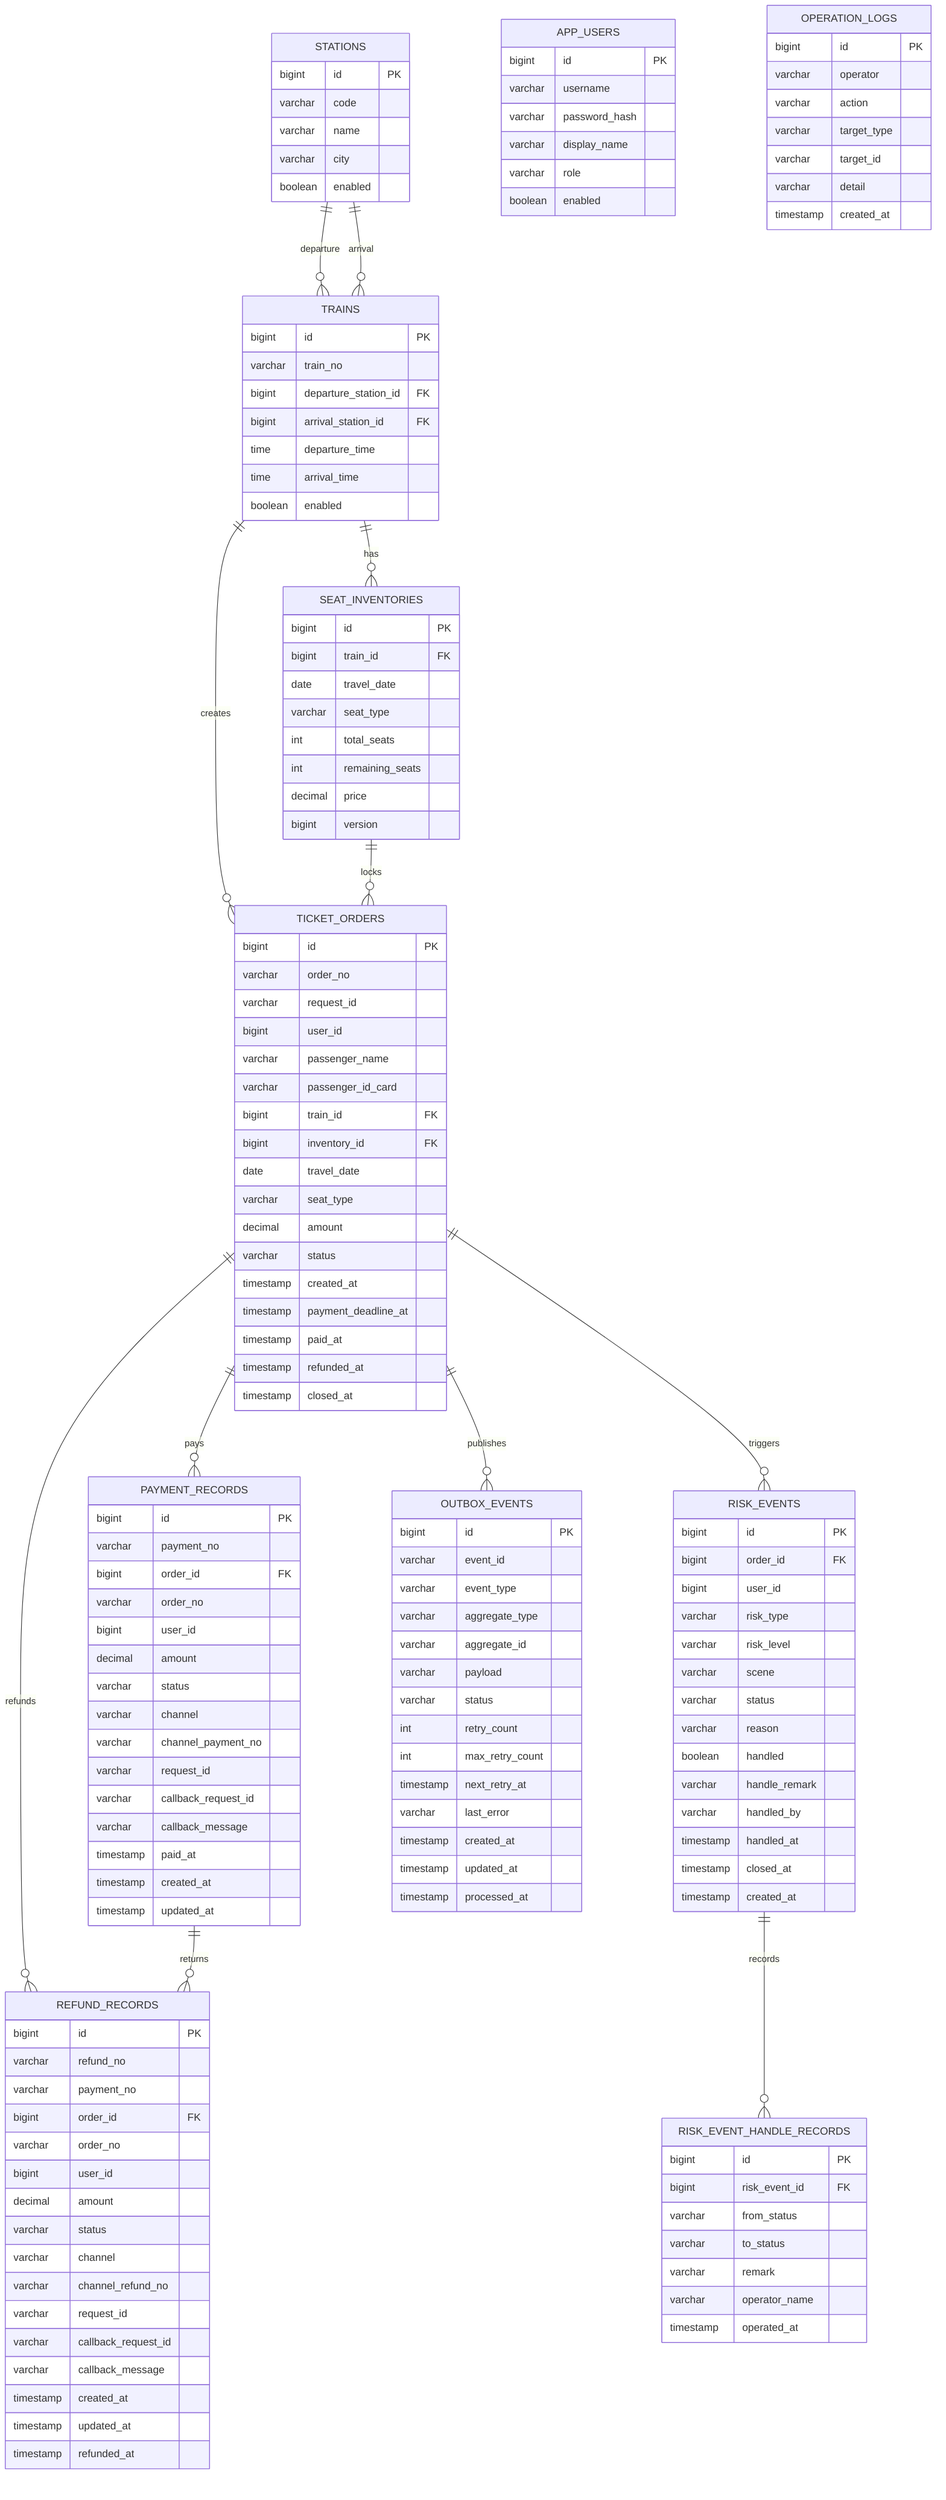
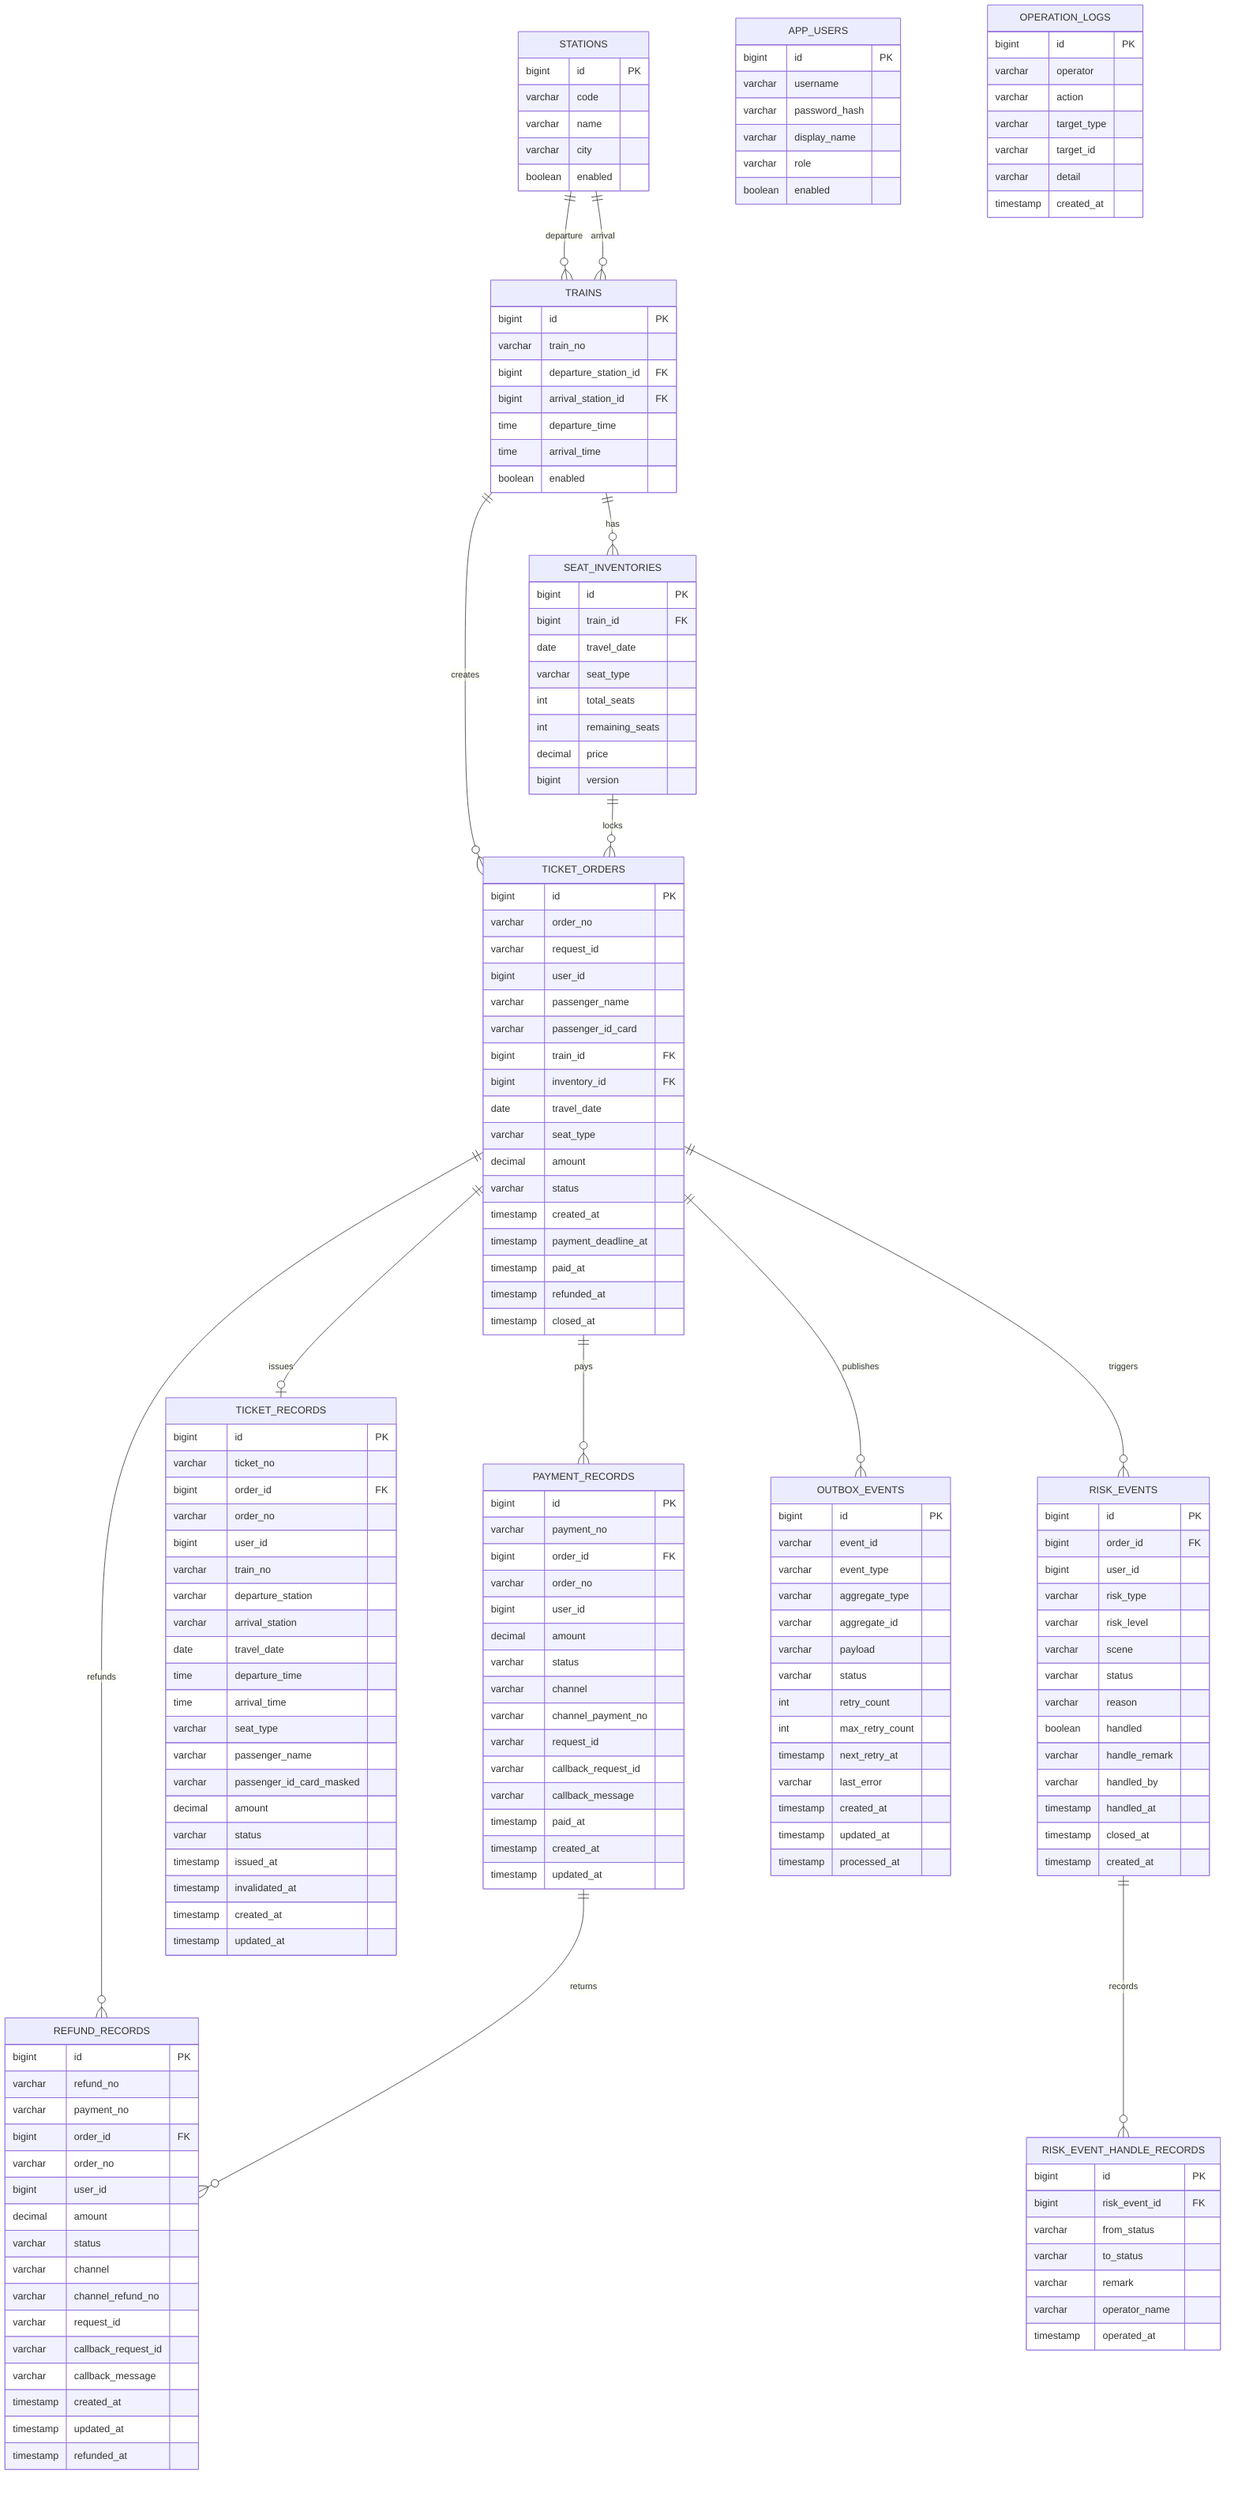
erDiagram
    STATIONS ||--o{ TRAINS : departure
    STATIONS ||--o{ TRAINS : arrival
    TRAINS ||--o{ SEAT_INVENTORIES : has
    TRAINS ||--o{ TICKET_ORDERS : creates
    SEAT_INVENTORIES ||--o{ TICKET_ORDERS : locks
    TICKET_ORDERS ||--o{ PAYMENT_RECORDS : pays
    TICKET_ORDERS ||--o{ REFUND_RECORDS : refunds
+     TICKET_ORDERS ||--o| TICKET_RECORDS : issues
    PAYMENT_RECORDS ||--o{ REFUND_RECORDS : returns
    TICKET_ORDERS ||--o{ RISK_EVENTS : triggers
    RISK_EVENTS ||--o{ RISK_EVENT_HANDLE_RECORDS : records
    TICKET_ORDERS ||--o{ OUTBOX_EVENTS : publishes

    APP_USERS {
        bigint id PK
        varchar username
        varchar password_hash
        varchar display_name
        varchar role
        boolean enabled
    }

    STATIONS {
        bigint id PK
        varchar code
        varchar name
        varchar city
        boolean enabled
    }

    TRAINS {
        bigint id PK
        varchar train_no
        bigint departure_station_id FK
        bigint arrival_station_id FK
        time departure_time
        time arrival_time
        boolean enabled
    }

    SEAT_INVENTORIES {
        bigint id PK
        bigint train_id FK
        date travel_date
        varchar seat_type
        int total_seats
        int remaining_seats
        decimal price
        bigint version
    }

    TICKET_ORDERS {
        bigint id PK
        varchar order_no
        varchar request_id
        bigint user_id
        varchar passenger_name
        varchar passenger_id_card
        bigint train_id FK
        bigint inventory_id FK
        date travel_date
        varchar seat_type
        decimal amount
        varchar status
        timestamp created_at
        timestamp payment_deadline_at
        timestamp paid_at
        timestamp refunded_at
        timestamp closed_at
    }

    RISK_EVENTS {
        bigint id PK
        bigint order_id FK
        bigint user_id
        varchar risk_type
        varchar risk_level
        varchar scene
        varchar status
        varchar reason
        boolean handled
        varchar handle_remark
        varchar handled_by
        timestamp handled_at
        timestamp closed_at
        timestamp created_at
    }

    RISK_EVENT_HANDLE_RECORDS {
        bigint id PK
        bigint risk_event_id FK
        varchar from_status
        varchar to_status
        varchar remark
        varchar operator_name
        timestamp operated_at
    }

    PAYMENT_RECORDS {
        bigint id PK
        varchar payment_no
        bigint order_id FK
        varchar order_no
        bigint user_id
        decimal amount
        varchar status
        varchar channel
        varchar channel_payment_no
        varchar request_id
        varchar callback_request_id
        varchar callback_message
        timestamp paid_at
        timestamp created_at
        timestamp updated_at
    }

    REFUND_RECORDS {
        bigint id PK
        varchar refund_no
        varchar payment_no
        bigint order_id FK
        varchar order_no
        bigint user_id
        decimal amount
        varchar status
        varchar channel
        varchar channel_refund_no
        varchar request_id
        varchar callback_request_id
        varchar callback_message
        timestamp created_at
        timestamp updated_at
        timestamp refunded_at
    }

+     TICKET_RECORDS {
+         bigint id PK
+         varchar ticket_no
+         bigint order_id FK
+         varchar order_no
+         bigint user_id
+         varchar train_no
+         varchar departure_station
+         varchar arrival_station
+         date travel_date
+         time departure_time
+         time arrival_time
+         varchar seat_type
+         varchar passenger_name
+         varchar passenger_id_card_masked
+         decimal amount
+         varchar status
+         timestamp issued_at
+         timestamp invalidated_at
+         timestamp created_at
+         timestamp updated_at
+     }
+ 
    OUTBOX_EVENTS {
        bigint id PK
        varchar event_id
        varchar event_type
        varchar aggregate_type
        varchar aggregate_id
        varchar payload
        varchar status
        int retry_count
        int max_retry_count
        timestamp next_retry_at
        varchar last_error
        timestamp created_at
        timestamp updated_at
        timestamp processed_at
    }

    OPERATION_LOGS {
        bigint id PK
        varchar operator
        varchar action
        varchar target_type
        varchar target_id
        varchar detail
        timestamp created_at
    }
